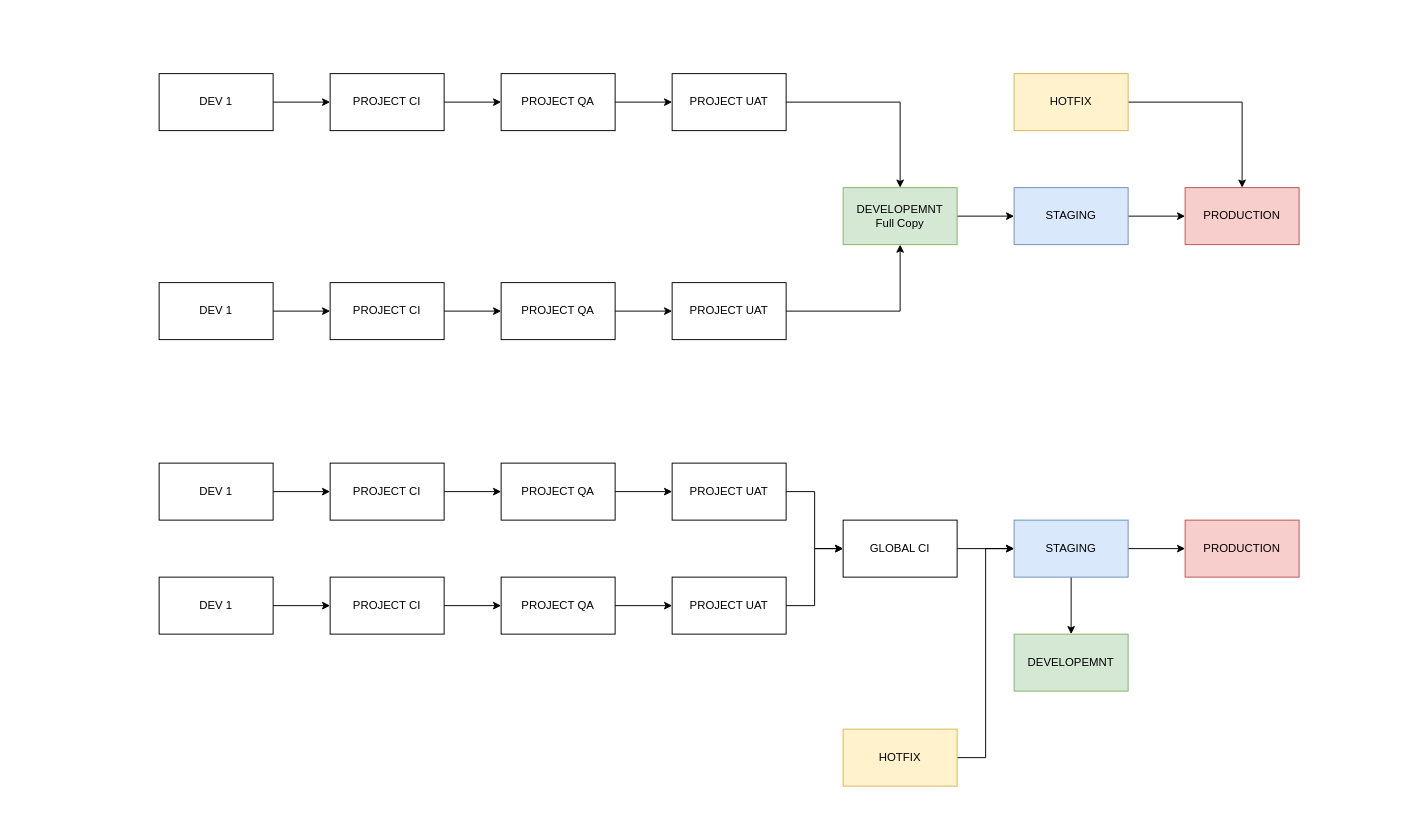
Earlier version of the draw.io diagram hal-ci-cd.drawio (pettll/diagrams). Source tidied: cells renumbered, new cells numbered last; positions are measured from the earlier drawing's top-left corner, leaving out a move shared by most shapes. Both pictures are drawn from the tidied source at 95%, with x=0, y=0 at pixel (159, 73).
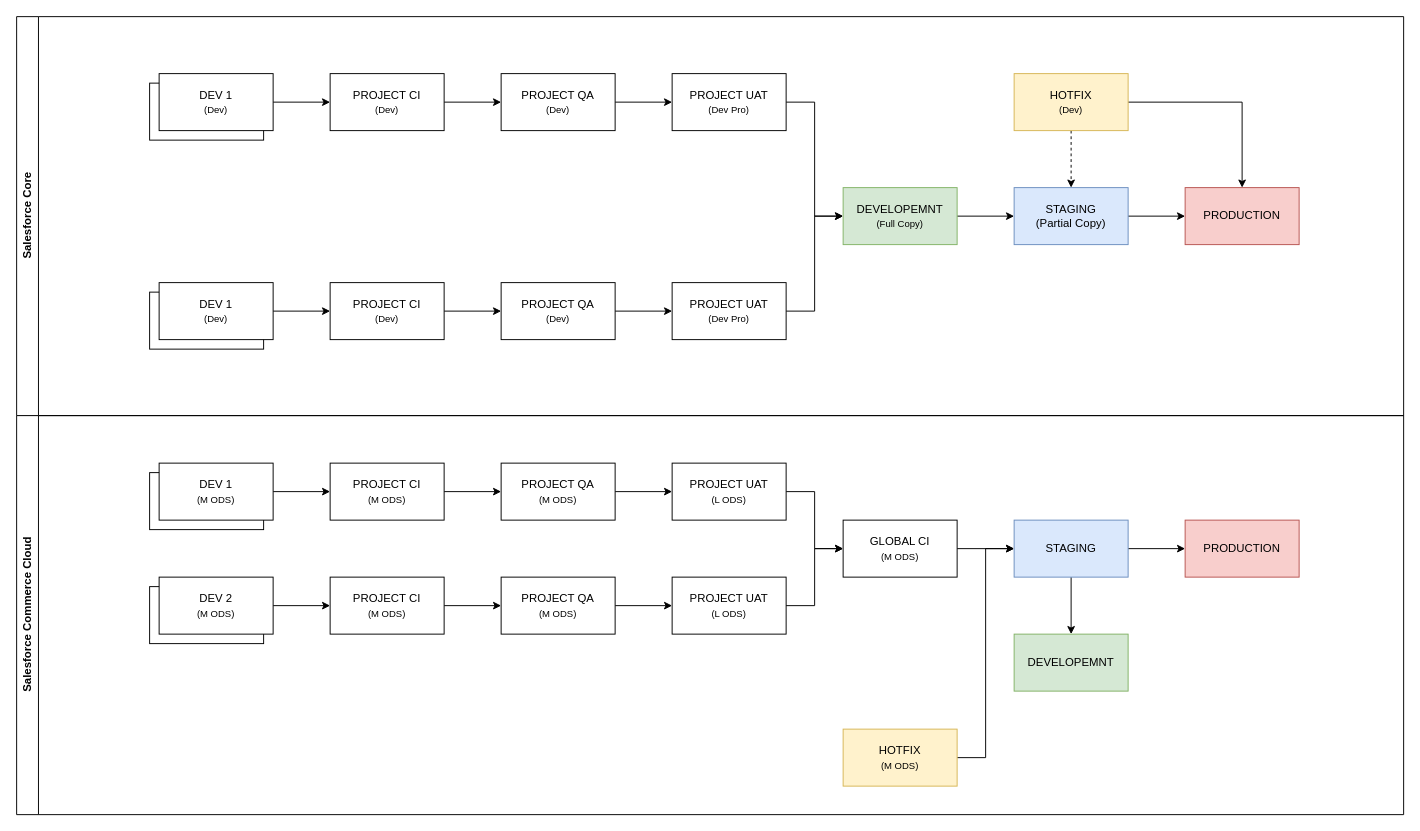
Above is the later version.

Diff of the diagram source:
```diff
@@
+    <mxCell id="50" style="rounded=0;whiteSpace=wrap;html=1;" parent="1" vertex="1">
+      <mxGeometry x="-10" y="10" width="120" height="60" as="geometry" />
+    </mxCell>
+    <mxCell id="51" style="rounded=0;whiteSpace=wrap;html=1;" parent="1" vertex="1">
+      <mxGeometry x="-10" y="540" width="120" height="60" as="geometry" />
+    </mxCell>
@@
-    <mxCell id="3" value="DEV 1" style="rounded=0;whiteSpace=wrap;html=1;" parent="1" vertex="1">
-      <mxGeometry y="220" width="120" height="60" as="geometry" />
-    </mxCell>
@@
-    <mxCell id="5" value="DEV 1" style="rounded=0;whiteSpace=wrap;html=1;" parent="1" vertex="1">
-      <mxGeometry y="410" width="120" height="60" as="geometry" />
-    </mxCell>
@@
-    <mxCell id="7" value="PROJECT CI" style="rounded=0;whiteSpace=wrap;html=1;" parent="1" vertex="1">
+    <mxCell id="7" value="PROJECT CI&lt;div&gt;&lt;span style=&quot;font-size: 10px;&quot;&gt;(Dev)&lt;/span&gt;&lt;/div&gt;" style="rounded=0;whiteSpace=wrap;html=1;" parent="1" vertex="1">
       <mxGeometry x="180" y="220" width="120" height="60" as="geometry" />
     </mxCell>
@@
-    <mxCell id="9" value="PROJECT CI" style="rounded=0;whiteSpace=wrap;html=1;" parent="1" vertex="1">
+    <mxCell id="9" value="PROJECT CI&lt;div&gt;&lt;span style=&quot;font-size: 10px;&quot;&gt;(M ODS)&lt;/span&gt;&lt;/div&gt;" style="rounded=0;whiteSpace=wrap;html=1;" parent="1" vertex="1">
       <mxGeometry x="180" y="410" width="120" height="60" as="geometry" />
     </mxCell>
@@
-    <mxCell id="11" value="PROJECT QA" style="rounded=0;whiteSpace=wrap;html=1;" parent="1" vertex="1">
+    <mxCell id="11" value="PROJECT QA&lt;div&gt;&lt;span style=&quot;font-size: 10px;&quot;&gt;(Dev)&lt;/span&gt;&lt;/div&gt;" style="rounded=0;whiteSpace=wrap;html=1;" parent="1" vertex="1">
       <mxGeometry x="360" y="220" width="120" height="60" as="geometry" />
     </mxCell>
@@
-    <mxCell id="13" value="PROJECT QA" style="rounded=0;whiteSpace=wrap;html=1;" parent="1" vertex="1">
+    <mxCell id="13" value="PROJECT QA&lt;div&gt;&lt;span style=&quot;font-size: 10px;&quot;&gt;(M ODS)&lt;/span&gt;&lt;/div&gt;" style="rounded=0;whiteSpace=wrap;html=1;" parent="1" vertex="1">
       <mxGeometry x="360" y="410" width="120" height="60" as="geometry" />
     </mxCell>
-    <mxCell id="14" style="edgeStyle=orthogonalEdgeStyle;rounded=0;jettySize=auto;html=1;entryX=0.5;entryY=1;entryDx=0;entryDy=0;" parent="1" edge="1" source="15" target="29">
+    <mxCell id="14" style="edgeStyle=orthogonalEdgeStyle;rounded=0;jettySize=auto;html=1;entryX=0;entryY=0.5;entryDx=0;entryDy=0;" parent="1" edge="1" source="15" target="29">
       <mxGeometry relative="1" as="geometry" />
     </mxCell>
-    <mxCell id="15" value="PROJECT UAT" style="rounded=0;whiteSpace=wrap;html=1;" parent="1" vertex="1">
+    <mxCell id="15" value="PROJECT UAT&lt;div&gt;&lt;font style=&quot;font-size: 10px;&quot;&gt;(Dev Pro)&lt;/font&gt;&lt;/div&gt;" style="rounded=0;whiteSpace=wrap;html=1;" parent="1" vertex="1">
       <mxGeometry x="540" y="220" width="120" height="60" as="geometry" />
     </mxCell>
@@
-    <mxCell id="17" value="PROJECT UAT" style="rounded=0;whiteSpace=wrap;html=1;" parent="1" vertex="1">
+    <mxCell id="17" value="PROJECT UAT&lt;div&gt;&lt;span style=&quot;font-size: 10px;&quot;&gt;(L ODS)&lt;/span&gt;&lt;/div&gt;" style="rounded=0;whiteSpace=wrap;html=1;" parent="1" vertex="1">
       <mxGeometry x="540" y="410" width="120" height="60" as="geometry" />
     </mxCell>
@@
-    <mxCell id="19" value="STAGING" style="rounded=0;whiteSpace=wrap;html=1;fillColor=#dae8fc;strokeColor=#6c8ebf;" parent="1" vertex="1">
+    <mxCell id="19" value="STAGING&lt;div&gt;(Partial Copy)&lt;/div&gt;" style="rounded=0;whiteSpace=wrap;html=1;fillColor=#dae8fc;strokeColor=#6c8ebf;" parent="1" vertex="1">
       <mxGeometry x="900" y="120" width="120" height="60" as="geometry" />
     </mxCell>
@@
+    <mxCell id="52" style="edgeStyle=orthogonalEdgeStyle;rounded=0;jettySize=auto;html=1;dashed=1;" parent="1" edge="1" source="27" target="19">
+      <mxGeometry relative="1" as="geometry" />
+    </mxCell>
-    <mxCell id="27" value="HOTFIX" style="rounded=0;whiteSpace=wrap;html=1;fillColor=#fff2cc;strokeColor=#d6b656;" parent="1" vertex="1">
+    <mxCell id="27" value="HOTFIX&lt;br&gt;&lt;font style=&quot;font-size: 10px;&quot;&gt;(Dev)&lt;/font&gt;" style="rounded=0;whiteSpace=wrap;html=1;fillColor=#fff2cc;strokeColor=#d6b656;" parent="1" vertex="1">
       <mxGeometry x="900" width="120" height="60" as="geometry" />
     </mxCell>
@@
-    <mxCell id="29" value="DEVELOPEMNT&lt;div&gt;Full Copy&lt;/div&gt;" style="rounded=0;whiteSpace=wrap;html=1;fillColor=#d5e8d4;strokeColor=#82b366;" parent="1" vertex="1">
+    <mxCell id="29" value="DEVELOPEMNT&lt;div&gt;&lt;font style=&quot;font-size: 10px;&quot;&gt;(Full Copy)&lt;/font&gt;&lt;/div&gt;" style="rounded=0;whiteSpace=wrap;html=1;fillColor=#d5e8d4;strokeColor=#82b366;" parent="1" vertex="1">
       <mxGeometry x="720" y="120" width="120" height="60" as="geometry" />
     </mxCell>
@@
-    <mxCell id="31" value="DEV 1" style="rounded=0;whiteSpace=wrap;html=1;" parent="1" vertex="1">
+    <mxCell id="31" value="DEV 1&lt;div&gt;&lt;span style=&quot;font-size: 10px;&quot;&gt;(Dev)&lt;/span&gt;&lt;/div&gt;" style="rounded=0;whiteSpace=wrap;html=1;" parent="1" vertex="1">
       <mxGeometry width="120" height="60" as="geometry" />
     </mxCell>
@@
-    <mxCell id="33" value="PROJECT CI" style="rounded=0;whiteSpace=wrap;html=1;" parent="1" vertex="1">
+    <mxCell id="33" value="PROJECT CI&lt;div&gt;&lt;span style=&quot;font-size: 10px;&quot;&gt;(Dev)&lt;/span&gt;&lt;/div&gt;" style="rounded=0;whiteSpace=wrap;html=1;" parent="1" vertex="1">
       <mxGeometry x="180" width="120" height="60" as="geometry" />
     </mxCell>
@@
-    <mxCell id="35" value="PROJECT QA" style="rounded=0;whiteSpace=wrap;html=1;" parent="1" vertex="1">
+    <mxCell id="35" value="PROJECT QA&lt;div&gt;&lt;font style=&quot;font-size: 10px;&quot;&gt;(Dev)&lt;/font&gt;&lt;/div&gt;" style="rounded=0;whiteSpace=wrap;html=1;" parent="1" vertex="1">
       <mxGeometry x="360" width="120" height="60" as="geometry" />
     </mxCell>
-    <mxCell id="36" style="edgeStyle=orthogonalEdgeStyle;rounded=0;jettySize=auto;html=1;entryX=0.5;entryY=0;entryDx=0;entryDy=0;" parent="1" edge="1" source="37" target="29">
+    <mxCell id="36" style="edgeStyle=orthogonalEdgeStyle;rounded=0;jettySize=auto;html=1;entryX=0;entryY=0.5;entryDx=0;entryDy=0;" parent="1" edge="1" source="37" target="29">
       <mxGeometry relative="1" as="geometry" />
     </mxCell>
-    <mxCell id="37" value="PROJECT UAT" style="rounded=0;whiteSpace=wrap;html=1;" parent="1" vertex="1">
+    <mxCell id="37" value="PROJECT UAT&lt;div&gt;&lt;font style=&quot;font-size: 10px;&quot;&gt;(Dev Pro)&lt;/font&gt;&lt;/div&gt;" style="rounded=0;whiteSpace=wrap;html=1;" parent="1" vertex="1">
       <mxGeometry x="540" width="120" height="60" as="geometry" />
     </mxCell>
@@
-    <mxCell id="39" value="DEV 1" style="rounded=0;whiteSpace=wrap;html=1;" parent="1" vertex="1">
+    <mxCell id="39" value="DEV 2&lt;div&gt;&lt;span style=&quot;font-size: 10px;&quot;&gt;(M ODS)&lt;/span&gt;&lt;/div&gt;" style="rounded=0;whiteSpace=wrap;html=1;" parent="1" vertex="1">
       <mxGeometry y="530" width="120" height="60" as="geometry" />
     </mxCell>
@@
-    <mxCell id="41" value="PROJECT CI" style="rounded=0;whiteSpace=wrap;html=1;" parent="1" vertex="1">
+    <mxCell id="41" value="PROJECT CI&lt;div&gt;&lt;span style=&quot;font-size: 10px;&quot;&gt;(M ODS)&lt;/span&gt;&lt;/div&gt;" style="rounded=0;whiteSpace=wrap;html=1;" parent="1" vertex="1">
       <mxGeometry x="180" y="530" width="120" height="60" as="geometry" />
     </mxCell>
@@
-    <mxCell id="43" value="PROJECT QA" style="rounded=0;whiteSpace=wrap;html=1;" parent="1" vertex="1">
+    <mxCell id="43" value="PROJECT QA&lt;div&gt;&lt;span style=&quot;font-size: 10px;&quot;&gt;(M ODS)&lt;/span&gt;&lt;/div&gt;" style="rounded=0;whiteSpace=wrap;html=1;" parent="1" vertex="1">
       <mxGeometry x="360" y="530" width="120" height="60" as="geometry" />
     </mxCell>
-    <mxCell id="44" value="PROJECT UAT" style="rounded=0;whiteSpace=wrap;html=1;" parent="1" vertex="1">
+    <mxCell id="44" value="PROJECT UAT&lt;div&gt;&lt;span style=&quot;font-size: 10px;&quot;&gt;(L ODS)&lt;/span&gt;&lt;/div&gt;" style="rounded=0;whiteSpace=wrap;html=1;" parent="1" vertex="1">
       <mxGeometry x="540" y="530" width="120" height="60" as="geometry" />
     </mxCell>
@@
-    <mxCell id="46" value="GLOBAL CI" style="rounded=0;whiteSpace=wrap;html=1;" parent="1" vertex="1">
+    <mxCell id="46" value="GLOBAL CI&lt;div&gt;&lt;span style=&quot;font-size: 10px;&quot;&gt;(M ODS)&lt;/span&gt;&lt;/div&gt;" style="rounded=0;whiteSpace=wrap;html=1;" parent="1" vertex="1">
       <mxGeometry x="720" y="470" width="120" height="60" as="geometry" />
     </mxCell>
@@
-    <mxCell id="49" value="HOTFIX" style="rounded=0;whiteSpace=wrap;html=1;fillColor=#fff2cc;strokeColor=#d6b656;" parent="1" vertex="1">
+    <mxCell id="49" value="HOTFIX&lt;div&gt;&lt;font style=&quot;font-size: 10px;&quot;&gt;(M ODS)&lt;/font&gt;&lt;/div&gt;" style="rounded=0;whiteSpace=wrap;html=1;fillColor=#fff2cc;strokeColor=#d6b656;" parent="1" vertex="1">
       <mxGeometry x="720" y="690" width="120" height="60" as="geometry" />
     </mxCell>
+    <mxCell id="53" value="Salesforce Core" style="swimlane;horizontal=0;whiteSpace=wrap;html=1;" parent="1" vertex="1">
+      <mxGeometry x="-150" y="-60" width="1460" height="420" as="geometry" />
+    </mxCell>
+    <mxCell id="54" style="rounded=0;whiteSpace=wrap;html=1;" parent="53" vertex="1">
+      <mxGeometry x="140" y="290" width="120" height="60" as="geometry" />
+    </mxCell>
+    <mxCell id="55" value="Salesforce Commerce Cloud" style="swimlane;horizontal=0;whiteSpace=wrap;html=1;" parent="1" vertex="1">
+      <mxGeometry x="-150" y="360" width="1460" height="420" as="geometry" />
+    </mxCell>
+    <mxCell id="56" style="rounded=0;whiteSpace=wrap;html=1;" parent="55" vertex="1">
+      <mxGeometry x="140" y="60" width="120" height="60" as="geometry" />
+    </mxCell>
+    <mxCell id="5" value="DEV 1&lt;div&gt;&lt;span style=&quot;font-size: 10px;&quot;&gt;(M ODS)&lt;/span&gt;&lt;/div&gt;" style="rounded=0;whiteSpace=wrap;html=1;" parent="1" vertex="1">
+      <mxGeometry y="410" width="120" height="60" as="geometry" />
+    </mxCell>
+    <mxCell id="3" value="DEV 1&lt;div&gt;&lt;span style=&quot;font-size: 10px;&quot;&gt;(Dev)&lt;/span&gt;&lt;/div&gt;" style="rounded=0;whiteSpace=wrap;html=1;" parent="1" vertex="1">
+      <mxGeometry y="220" width="120" height="60" as="geometry" />
+    </mxCell>
```
